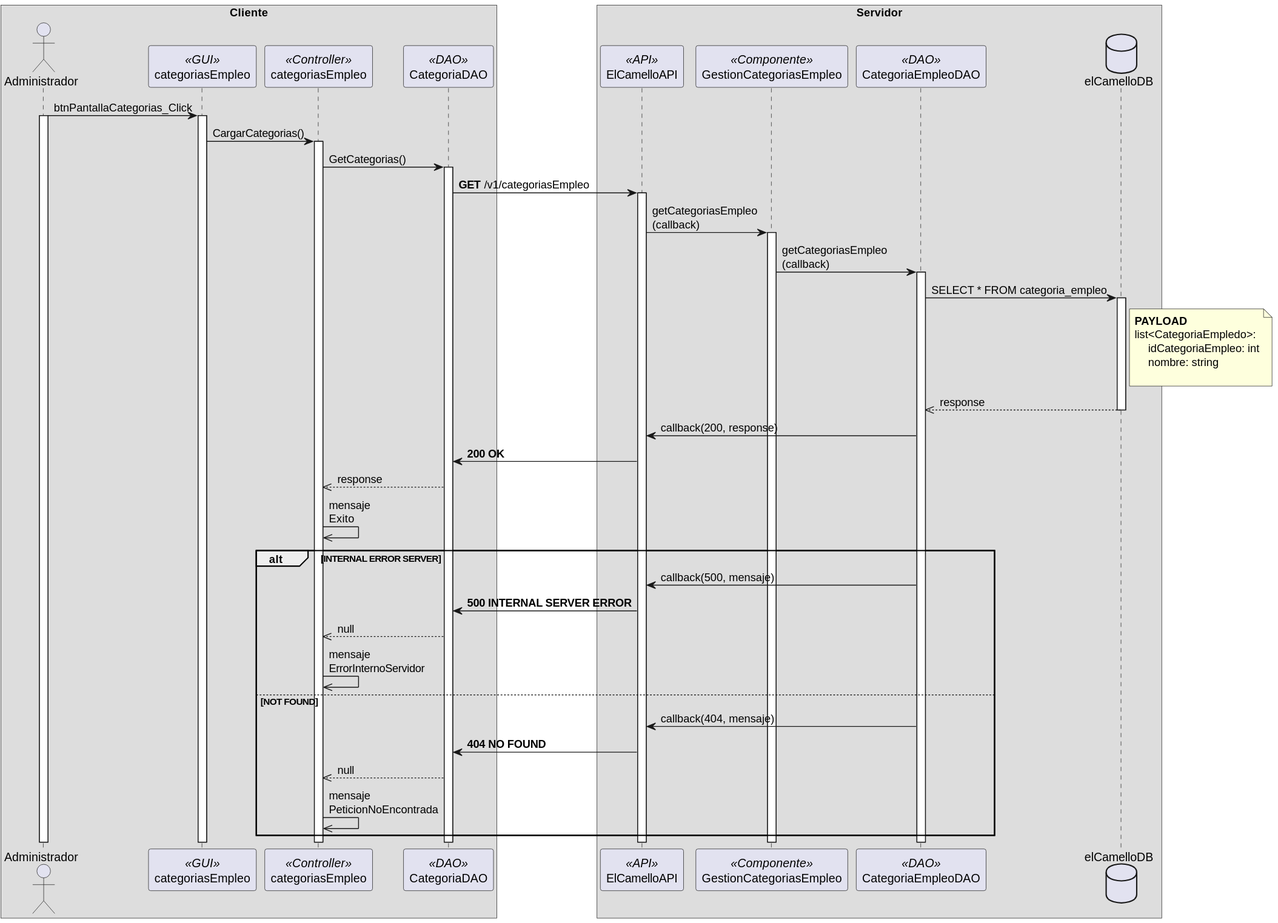
Earlier version of the PlantUML export out/diagramas/secuencia/GestionCategorias/ConsultarCategorias/ConsultarCategorias.svg (VictorArrys/API_WORK_PLATAFORM_ARRYS).
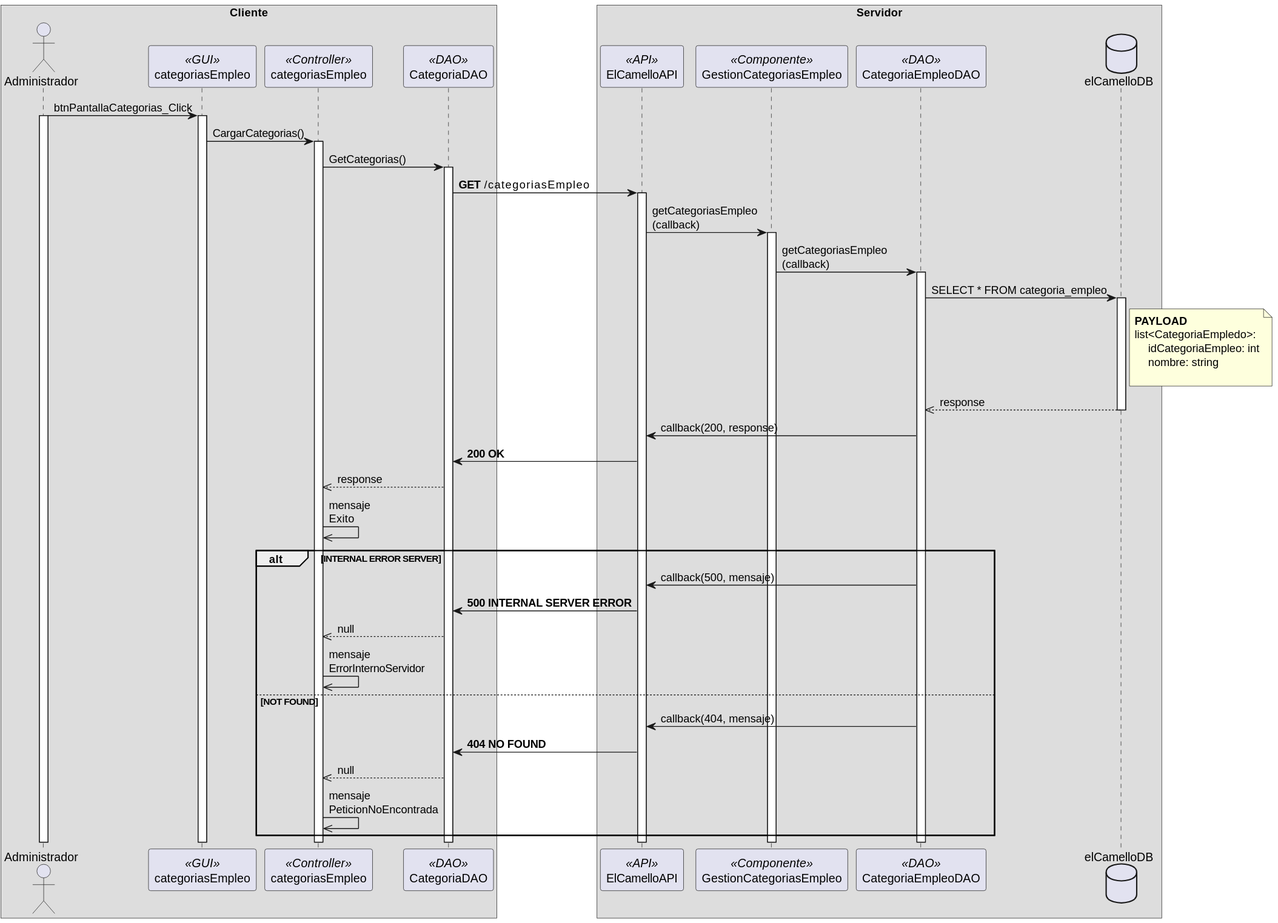
Above is the later version.

Diff of the diagram source:
```diff
@@ -26,7 +26,7 @@
 activate d
 
 
-d -> e: **GET** /v1/categoriasEmpleo
+d -> e: **GET** /categoriasEmpleo
 activate e
 
 e -> f: getCategoriasEmpleo\n(callback)
```
